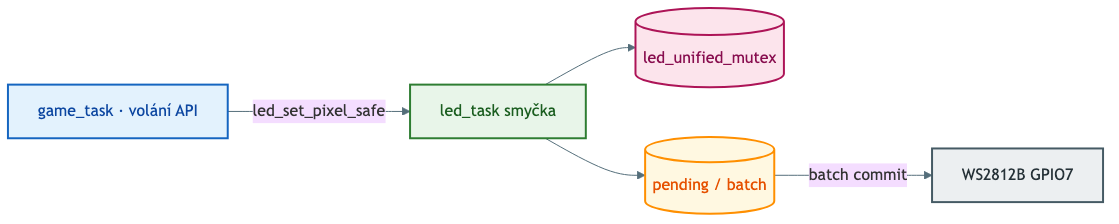
Earlier version of the Mermaid export docs/diagrams/led_pipeline.png (AlfredKrutina/chess_esp32_c6_devkit). Its source is kept beside it as docs/diagrams/sources/led_pipeline.mmd. Its diagram source:
```mermaid
%%{init: {'theme':'base', 'themeVariables': {'lineColor':'#546e7a'}}}%%
flowchart LR
  GT[game_task · volání API]:::g
  LT[led_task smyčka]:::l
  MU[(led_unified_mutex)]:::m
  BUF[(pending / batch)]:::b
  HW[WS2812B GPIO7]:::h

  GT -->|led_set_pixel_safe| LT
  LT --> MU
  LT --> BUF
  BUF -->|batch commit| HW

  classDef g fill:#e3f2fd,stroke:#1565c0,stroke-width:2px,color:#0d47a1
  classDef l fill:#e8f5e9,stroke:#2e7d32,stroke-width:2px,color:#1b5e20
  classDef m fill:#fce4ec,stroke:#ad1457,stroke-width:2px,color:#880e4f
  classDef b fill:#fff8e1,stroke:#ff8f00,stroke-width:2px,color:#e65100
  classDef h fill:#eceff1,stroke:#455a64,stroke-width:2px,color:#263238
```
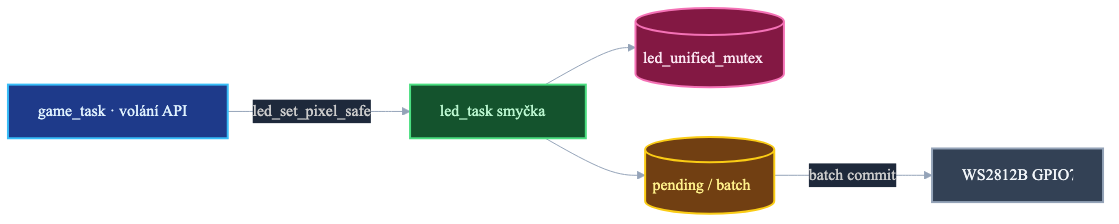
After the change.

What changed in the source:
```diff
@@ -1,4 +1,4 @@
-%%{init: {'theme':'base', 'themeVariables': {'lineColor':'#546e7a'}}}%%
+%%{init: {'theme':'dark','themeVariables':{'fontFamily':'system-ui,Segoe UI,sans-serif','clusterBkg':'#0f172a','clusterBorder':'#334155','lineColor':'#94a3b8','primaryColor':'#1e293b','primaryTextColor':'#f1f5f9','edgeLabelBackground':'#1e293b','titleColor':'#f8fafc'}}}%%
 flowchart LR
   GT[game_task · volání API]:::g
   LT[led_task smyčka]:::l
@@ -11,8 +11,8 @@
   LT --> BUF
   BUF -->|batch commit| HW
 
-  classDef g fill:#e3f2fd,stroke:#1565c0,stroke-width:2px,color:#0d47a1
-  classDef l fill:#e8f5e9,stroke:#2e7d32,stroke-width:2px,color:#1b5e20
-  classDef m fill:#fce4ec,stroke:#ad1457,stroke-width:2px,color:#880e4f
-  classDef b fill:#fff8e1,stroke:#ff8f00,stroke-width:2px,color:#e65100
-  classDef h fill:#eceff1,stroke:#455a64,stroke-width:2px,color:#263238
+  classDef g fill:#1e3a8a,stroke:#38bdf8,stroke-width:2px,color:#e0f2fe
+  classDef l fill:#14532d,stroke:#4ade80,stroke-width:2px,color:#bbf7d0
+  classDef m fill:#831843,stroke:#f472b6,stroke-width:2px,color:#fce7f3
+  classDef b fill:#713f12,stroke:#facc15,stroke-width:2px,color:#fef08a
+  classDef h fill:#334155,stroke:#94a3b8,stroke-width:2px,color:#f1f5f9
```
